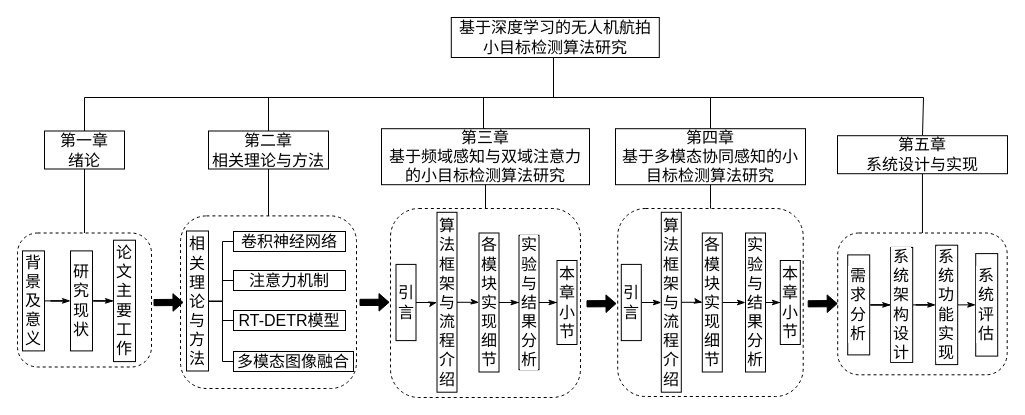
Above: DrawIO_file/毕业论文画图/章节安排结构图.drawio in DingDongZz/typera_PicGO (draw.io), before the change. Source tidied: cells renumbered, new cells numbered last; positions are measured from the earlier drawing's top-left corner, leaving out a move shared by most shapes. Both pictures are drawn from the tidied source at 100%, with x=0, y=0 at pixel (17, 17).
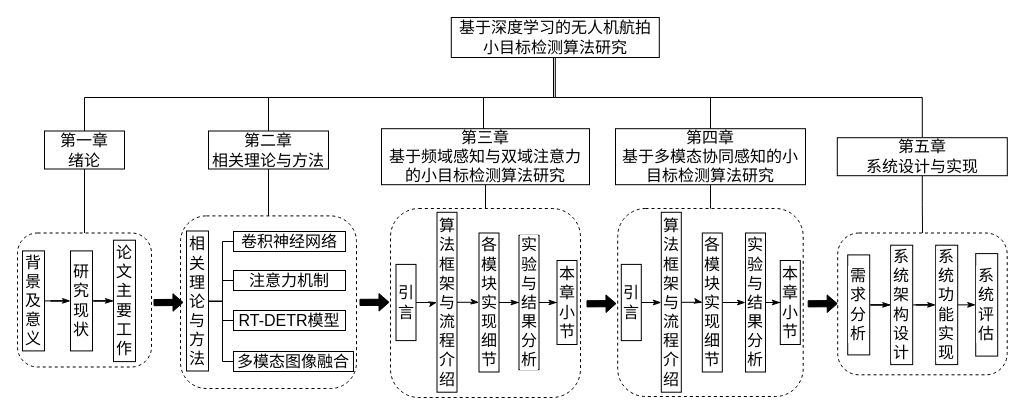
The same diagram, later.

Commit message (it also covers changes not shown here):
更新章节安排结构图.drawio

Unchanged cells that the change refers to:
```xml
<mxCell id="7" value="基于深度学习的无人机航拍小目标检测算法研究" style="rounded=0;whiteSpace=wrap;html=1;fontFamily=宋体;fontSize=16;" parent="1" vertex="1">
  <mxGeometry x="433.8" width="208" height="40" as="geometry" />
</mxCell>
<mxCell id="9" value="第一章&lt;div&gt;绪论&lt;/div&gt;" style="rounded=0;whiteSpace=wrap;html=1;fontFamily=宋体;fontSize=16;" parent="1" vertex="1">
  <mxGeometry x="27" y="113.5" width="80" height="38" as="geometry" />
</mxCell>
<mxCell id="18" style="group;fontFamily=宋体;fontSize=16;" parent="1" vertex="1">
  <mxGeometry x="820.2" y="215.5" width="169.5" height="141.8" as="geometry" />
</mxCell>
<mxCell id="19" style="rounded=1;whiteSpace=wrap;html=1;fontFamily=宋体;fontSize=16;labelBackgroundColor=default;fillColor=none;dashed=1;" parent="18" vertex="1">
  <mxGeometry width="169.5" height="141.8" as="geometry" />
</mxCell>
```

The edit, as a diff of the source:
```diff
@@
+    <mxCell id="6" style="edgeStyle=orthogonalEdgeStyle;rounded=0;jettySize=auto;html=1;entryX=0.5;entryY=0;entryDx=0;entryDy=0;endArrow=none;startFill=0;fontFamily=宋体;fontSize=16;" parent="1" edge="1" source="7" target="9">
+      <mxGeometry relative="1" as="geometry">
+        <Array as="points">
+          <mxPoint x="536" y="80" />
+          <mxPoint x="67" y="80" />
+        </Array>
+      </mxGeometry>
+    </mxCell>
-    <mxCell id="5" style="edgeStyle=orthogonalEdgeStyle;shape=connector;rounded=0;jettySize=auto;html=1;entryX=0.5;entryY=0;entryDx=0;entryDy=0;strokeColor=default;align=center;verticalAlign=middle;fontFamily=宋体;fontSize=16;fontColor=default;labelBackgroundColor=default;startFill=0;endArrow=none;" parent="1" edge="1" source="7" target="17">
+    <mxCell id="5" style="edgeStyle=orthogonalEdgeStyle;shape=connector;rounded=0;jettySize=auto;html=1;entryX=0.5;entryY=0;entryDx=0;entryDy=0;strokeColor=default;align=center;verticalAlign=middle;fontFamily=宋体;fontSize=13;fontColor=default;labelBackgroundColor=default;startFill=0;endArrow=none;endFill=1;" parent="1" edge="1" source="7" target="17">
       <mxGeometry relative="1" as="geometry">
         <Array as="points">
-          <mxPoint x="536" y="80" />
-          <mxPoint x="906" y="80" />
-          <mxPoint x="906" y="118" />
+          <mxPoint x="538" y="80" />
+          <mxPoint x="905" y="80" />
         </Array>
       </mxGeometry>
     </mxCell>
-    <mxCell id="6" style="edgeStyle=orthogonalEdgeStyle;rounded=0;jettySize=auto;html=1;entryX=0.5;entryY=0;entryDx=0;entryDy=0;endArrow=none;startFill=0;fontFamily=宋体;fontSize=16;" parent="1" edge="1" source="7" target="9">
-      <mxGeometry relative="1" as="geometry">
-        <Array as="points">
-          <mxPoint x="536" y="80" />
-          <mxPoint x="67" y="80" />
-        </Array>
-      </mxGeometry>
-    </mxCell>
@@
-    <mxCell id="16" style="edgeStyle=orthogonalEdgeStyle;shape=connector;rounded=0;jettySize=auto;html=1;entryX=0.5;entryY=0;entryDx=0;entryDy=0;strokeColor=default;align=center;verticalAlign=middle;fontFamily=宋体;fontSize=16;fontColor=default;labelBackgroundColor=default;startFill=0;endArrow=none;endFill=1;" parent="1" edge="1" source="17" target="19">
+    <mxCell id="16" style="edgeStyle=orthogonalEdgeStyle;shape=connector;rounded=0;jettySize=auto;html=1;strokeColor=default;align=center;verticalAlign=middle;fontFamily=宋体;fontSize=13;fontColor=default;labelBackgroundColor=default;startFill=0;endArrow=none;endFill=1;" parent="1" edge="1" source="17" target="19">
       <mxGeometry relative="1" as="geometry" />
     </mxCell>
     <mxCell id="17" value="第五章&lt;div&gt;&lt;span&gt;系统设计与实现&lt;/span&gt;&lt;/div&gt;" style="rounded=0;whiteSpace=wrap;html=1;fontFamily=宋体;fontSize=16;" parent="1" vertex="1">
-      <mxGeometry x="820" y="118.2" width="170" height="38" as="geometry" />
+      <mxGeometry x="819.8" y="120.2" width="170" height="38" as="geometry" />
     </mxCell>
@@
     <mxCell id="23" value="系统架构设计" style="rounded=0;whiteSpace=wrap;html=1;fontFamily=宋体;fontSize=16;fontColor=default;labelBackgroundColor=default;horizontal=1;verticalAlign=middle;" parent="18" vertex="1">
-      <mxGeometry x="53" y="14.4" width="22" height="115" as="geometry" />
+      <mxGeometry x="53" y="12.2" width="22" height="119.4" as="geometry" />
     </mxCell>
```
